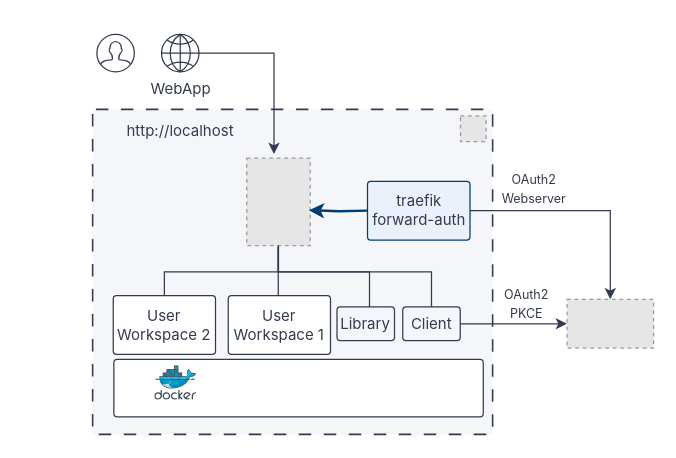
This is page "Developer docker setup" (8 of 26) of docs/assets/diagrams/dtaas-diagrams.drawio from INTO-CPS-Association/DTaaS, a draw.io file, before an edit. Source tidied: cells renumbered, new cells numbered last; positions are measured from the earlier drawing's top-left corner, leaving out a move shared by most shapes. Both pictures are drawn from the tidied source at 125%, with x=0, y=0 at pixel (90, 21). Pictures stored in the file or linked from it are replaced by grey dashed boxes.
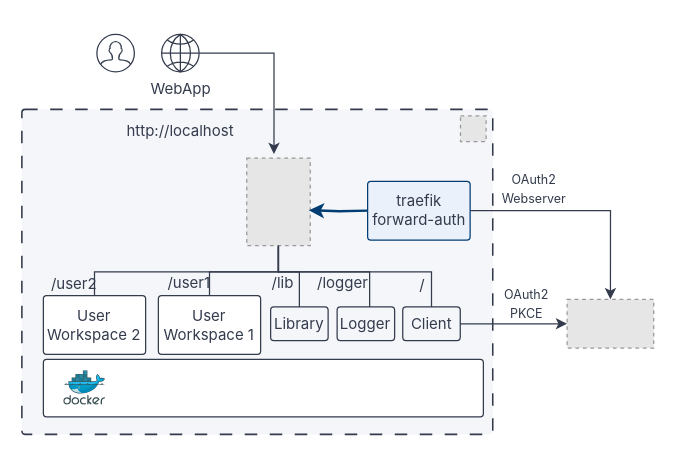
After the change.

Change to the diagram source:
```diff
@@
-    <mxCell id="2" style="group;" parent="1" vertex="1">
-      <mxGeometry x="-0.1" width="450.6" height="330" as="geometry" />
-    </mxCell>
+    <mxCell id="27" style="group;" parent="1" vertex="1">
+      <mxGeometry x="-55" y="10" width="505.5" height="320" as="geometry" />
+    </mxCell>
+    <mxCell id="25" style="html=1;verticalLabelPosition=bottom;align=center;labelBackgroundColor=#ffffff;verticalAlign=top;strokeWidth=1;strokeColor=#333b4c;shadow=0;dashed=0;shape=mxgraph.ios7.icons.user;" parent="27" vertex="1">
+      <mxGeometry x="60" width="30" height="30" as="geometry" />
+    </mxCell>
-    <mxCell id="3" style="rounded=1;whiteSpace=wrap;html=1;rotation=0;fillColor=#f5f6fa;dashed=1;dashPattern=8 8;fontColor=#333b4c;strokeColor=#333b4c;strokeWidth=1.25;absoluteArcSize=1;arcSize=5.25;" parent="2" vertex="1">
-      <mxGeometry x="1.7" y="70" width="320" height="260" as="geometry" />
+    <mxCell id="3" style="rounded=1;whiteSpace=wrap;html=1;rotation=0;fillColor=#f5f6fa;dashed=1;dashPattern=8 8;fontColor=#333b4c;strokeColor=#333b4c;strokeWidth=1.25;absoluteArcSize=1;arcSize=5.25;" parent="27" vertex="1">
+      <mxGeometry y="60" width="376.7" height="260" as="geometry" />
     </mxCell>
-    <mxCell id="4" style="rounded=1;whiteSpace=wrap;html=1;rotation=0;strokeColor=#333b4c;strokeWidth=1;absoluteArcSize=1;arcSize=5.25;" parent="2" vertex="1">
-      <mxGeometry x="18.7" y="270" width="295.5" height="46" as="geometry" />
+    <mxCell id="4" style="rounded=1;whiteSpace=wrap;html=1;rotation=0;strokeColor=#333b4c;strokeWidth=1;absoluteArcSize=1;arcSize=5.25;" parent="27" vertex="1">
+      <mxGeometry x="17.2" y="260" width="352" height="46" as="geometry" />
     </mxCell>
-    <mxCell id="5" style="image;sketch=0;html=1;align=center;fontSize=12;image=img/lib/mscae/Docker.svg;" parent="2" vertex="1">
-      <mxGeometry x="51.5" y="275.2" width="33.5" height="27.5" as="geometry" />
+    <mxCell id="5" style="image;sketch=0;html=1;align=center;fontSize=12;image=img/lib/mscae/Docker.svg;" parent="27" vertex="1">
+      <mxGeometry x="33.6" y="269.2" width="33.5" height="27.5" as="geometry" />
     </mxCell>
-    <mxCell id="6" style="fillColor=#E6E6E6;strokeColor=#999999;dashed=1;" parent="2" vertex="1">
-      <mxGeometry x="125" y="109" width="50.8" height="70" as="geometry" />
+    <mxCell id="6" style="fillColor=#E6E6E6;strokeColor=#999999;dashed=1;" parent="27" vertex="1">
+      <mxGeometry x="179.9" y="99" width="50.8" height="70" as="geometry" />
     </mxCell>
-    <mxCell id="7" style="edgeStyle=orthogonalEdgeStyle;rounded=0;jettySize=auto;html=1;entryX=0.429;entryY=-0.047;entryDx=0;entryDy=0;entryPerimeter=0;strokeColor=#333b4c;strokeWidth=1;" parent="2" edge="1" source="8" target="6">
+    <mxCell id="7" style="edgeStyle=orthogonalEdgeStyle;rounded=0;jettySize=auto;html=1;entryX=0.429;entryY=-0.047;entryDx=0;entryDy=0;entryPerimeter=0;strokeColor=#333b4c;strokeWidth=1;" parent="27" edge="1" source="8" target="6">
       <mxGeometry relative="1" as="geometry" />
     </mxCell>
-    <mxCell id="8" value="WebApp" style="html=1;shape=mxgraph.ios7.icons.globe;verticalLabelPosition=bottom;verticalAlign=top;align=center;dashed=0;shadow=0;strokeColor=#333b4c;strokeWidth=1;fontColor=#333b4c;fontFamily=Inter;" parent="2" vertex="1">
-      <mxGeometry x="56.8" y="10" width="30" height="30" as="geometry" />
+    <mxCell id="8" value="WebApp" style="html=1;shape=mxgraph.ios7.icons.globe;verticalLabelPosition=bottom;verticalAlign=top;align=center;dashed=0;shadow=0;strokeColor=#333b4c;strokeWidth=1;fontColor=#333b4c;fontFamily=Inter;" parent="27" vertex="1">
+      <mxGeometry x="111.8" width="30" height="30" as="geometry" />
     </mxCell>
-    <mxCell id="9" value="http://localhost" style="text;html=1;strokeColor=none;fillColor=none;align=center;verticalAlign=middle;whiteSpace=wrap;rounded=0;fontColor=#333b4c;fontFamily=Inter;" parent="2" vertex="1">
-      <mxGeometry x="12.2" y="73" width="120" height="30" as="geometry" />
+    <mxCell id="9" value="http://localhost" style="text;html=1;strokeColor=none;fillColor=none;align=center;verticalAlign=middle;whiteSpace=wrap;rounded=0;fontColor=#333b4c;fontFamily=Inter;" parent="27" vertex="1">
+      <mxGeometry x="67.2" y="63" width="120" height="30" as="geometry" />
     </mxCell>
-    <mxCell id="10" style="fillColor=#E6E6E6;strokeColor=#999999;dashed=1;" parent="2" vertex="1">
-      <mxGeometry x="381.2" y="222" width="69.3" height="39" as="geometry" />
+    <mxCell id="10" style="fillColor=#E6E6E6;strokeColor=#999999;dashed=1;" parent="27" vertex="1">
+      <mxGeometry x="436.2" y="212" width="69.3" height="39" as="geometry" />
     </mxCell>
-    <mxCell id="11" style="edgeStyle=orthogonalEdgeStyle;rounded=0;jettySize=auto;html=1;exitX=1;exitY=0.5;exitDx=0;exitDy=0;strokeColor=#333b4c;strokeWidth=1;" parent="2" edge="1" source="14" target="10">
+    <mxCell id="11" style="edgeStyle=orthogonalEdgeStyle;rounded=0;jettySize=auto;html=1;exitX=1;exitY=0.5;exitDx=0;exitDy=0;strokeColor=#333b4c;strokeWidth=1;" parent="27" edge="1" source="14" target="10">
       <mxGeometry relative="1" as="geometry" />
     </mxCell>
-    <mxCell id="12" value="&lt;font style=&quot;font-size: 10px;&quot;&gt;OAuth2 PKCE&lt;/font&gt;" style="text;html=1;strokeColor=none;fillColor=none;align=center;verticalAlign=middle;whiteSpace=wrap;rounded=0;fontColor=#333b4c;fontFamily=Inter;" parent="2" vertex="1">
-      <mxGeometry x="322.8" y="210" width="52.2" height="30" as="geometry" />
+    <mxCell id="12" value="&lt;font style=&quot;font-size: 10px;&quot;&gt;OAuth2 PKCE&lt;/font&gt;" style="text;html=1;strokeColor=none;fillColor=none;align=center;verticalAlign=middle;whiteSpace=wrap;rounded=0;fontColor=#333b4c;fontFamily=Inter;" parent="27" vertex="1">
+      <mxGeometry x="377.7" y="200" width="52.2" height="30" as="geometry" />
     </mxCell>
-    <mxCell id="13" style="edgeStyle=orthogonalEdgeStyle;rounded=0;jettySize=auto;html=1;exitX=0.5;exitY=0;exitDx=0;exitDy=0;endArrow=none;endFill=0;entryX=0.5;entryY=1;entryDx=0;entryDy=0;strokeColor=#333b4c;strokeWidth=1;" parent="2" edge="1" source="14" target="6">
+    <mxCell id="13" style="edgeStyle=orthogonalEdgeStyle;rounded=0;jettySize=auto;html=1;exitX=0.5;exitY=0;exitDx=0;exitDy=0;endArrow=none;endFill=0;entryX=0.5;entryY=1;entryDx=0;entryDy=0;strokeColor=#333b4c;strokeWidth=1;" parent="27" edge="1" source="14" target="6">
       <mxGeometry relative="1" as="geometry">
         <Array as="points">
-          <mxPoint x="272.7" y="200" />
-          <mxPoint x="150.7" y="200" />
+          <mxPoint x="327.7" y="190" />
+          <mxPoint x="205.7" y="190" />
         </Array>
       </mxGeometry>
     </mxCell>
-    <mxCell id="14" value="Client" style="rounded=1;whiteSpace=wrap;html=1;rotation=0;fillColor=none;strokeColor=#333b4c;strokeWidth=1;absoluteArcSize=1;arcSize=5.25;fontColor=#333b4c;fontFamily=Inter;" parent="2" vertex="1">
-      <mxGeometry x="249.8" y="228" width="46" height="27" as="geometry" />
+    <mxCell id="14" value="Client" style="rounded=1;whiteSpace=wrap;html=1;rotation=0;fillColor=none;strokeColor=#333b4c;strokeWidth=1;absoluteArcSize=1;arcSize=5.25;fontColor=#333b4c;fontFamily=Inter;" parent="27" vertex="1">
+      <mxGeometry x="304.7" y="218" width="46" height="27" as="geometry" />
     </mxCell>
-    <mxCell id="15" style="edgeStyle=orthogonalEdgeStyle;rounded=0;orthogonalLoop=1;jettySize=auto;html=1;exitX=0.5;exitY=0;exitDx=0;exitDy=0;endArrow=none;endFill=0;strokeColor=#333b4c;strokeWidth=1;" parent="2" edge="1">
+    <mxCell id="15" style="edgeStyle=orthogonalEdgeStyle;rounded=0;jettySize=auto;html=1;exitX=0.5;exitY=0;exitDx=0;exitDy=0;endArrow=none;endFill=0;strokeColor=#333b4c;strokeWidth=1;" parent="27" edge="1" source="16">
       <mxGeometry relative="1" as="geometry">
-        <mxPoint x="150.2" y="219" as="sourcePoint" />
-        <mxPoint x="150.2" y="180" as="targetPoint" />
+        <mxPoint x="205.2" y="170" as="targetPoint" />
+        <Array as="points">
+          <mxPoint x="150.1" y="190" />
+          <mxPoint x="205.2" y="190" />
+        </Array>
       </mxGeometry>
     </mxCell>
-    <mxCell id="16" value="User&lt;br&gt;Workspace 1" style="rounded=1;whiteSpace=wrap;html=1;strokeColor=#333b4c;strokeWidth=1;absoluteArcSize=1;arcSize=5.25;fontColor=#333b4c;fontFamily=Inter;" parent="2" vertex="1">
-      <mxGeometry x="110.2" y="219" width="81.8" height="47" as="geometry" />
+    <mxCell id="16" value="User&lt;br&gt;Workspace 1" style="rounded=1;whiteSpace=wrap;html=1;strokeColor=#333b4c;strokeWidth=1;absoluteArcSize=1;arcSize=5.25;fontColor=#333b4c;fontFamily=Inter;" parent="27" vertex="1">
+      <mxGeometry x="109.2" y="209" width="81.8" height="47" as="geometry" />
     </mxCell>
-    <mxCell id="17" style="edgeStyle=orthogonalEdgeStyle;rounded=0;jettySize=auto;html=1;exitX=0.5;exitY=0;exitDx=0;exitDy=0;endArrow=none;endFill=0;strokeColor=#333b4c;strokeWidth=1;" parent="2" edge="1" source="18" target="6">
+    <mxCell id="17" style="edgeStyle=orthogonalEdgeStyle;rounded=0;jettySize=auto;html=1;exitX=0.5;exitY=0;exitDx=0;exitDy=0;endArrow=none;endFill=0;strokeColor=#333b4c;strokeWidth=1;" parent="27" edge="1" source="18" target="6">
       <mxGeometry relative="1" as="geometry">
         <Array as="points">
-          <mxPoint x="59.2" y="200" />
-          <mxPoint x="150.2" y="200" />
+          <mxPoint x="58.1" y="190" />
+          <mxPoint x="205.2" y="190" />
         </Array>
       </mxGeometry>
     </mxCell>
-    <mxCell id="18" value="User&lt;br&gt;Workspace 2" style="rounded=1;whiteSpace=wrap;html=1;strokeColor=#333b4c;strokeWidth=1;absoluteArcSize=1;arcSize=5.25;fontColor=#333b4c;fontFamily=Inter;" parent="2" vertex="1">
-      <mxGeometry x="18.2" y="219" width="81.8" height="47" as="geometry" />
+    <mxCell id="18" value="User&lt;br&gt;Workspace 2" style="rounded=1;whiteSpace=wrap;html=1;strokeColor=#333b4c;strokeWidth=1;absoluteArcSize=1;arcSize=5.25;fontColor=#333b4c;fontFamily=Inter;" parent="27" vertex="1">
+      <mxGeometry x="17.2" y="209" width="81.8" height="47" as="geometry" />
     </mxCell>
-    <mxCell id="19" style="edgeStyle=orthogonalEdgeStyle;rounded=0;jettySize=auto;html=1;exitX=1;exitY=0.5;exitDx=0;exitDy=0;entryX=0.5;entryY=0;entryDx=0;entryDy=0;strokeColor=#333b4c;strokeWidth=1;" parent="2" edge="1" source="20" target="10">
+    <mxCell id="19" style="edgeStyle=orthogonalEdgeStyle;rounded=0;jettySize=auto;html=1;exitX=1;exitY=0.5;exitDx=0;exitDy=0;entryX=0.5;entryY=0;entryDx=0;entryDy=0;strokeColor=#333b4c;strokeWidth=1;" parent="27" edge="1" source="20" target="10">
       <mxGeometry relative="1" as="geometry" />
     </mxCell>
-    <mxCell id="20" value="traefik forward-auth" style="rounded=1;whiteSpace=wrap;html=1;fillColor=#eaf1fb;strokeColor=#003d73;strokeWidth=1;absoluteArcSize=1;arcSize=5.25;fontColor=#333b4c;fontFamily=Inter;" parent="2" vertex="1">
-      <mxGeometry x="221.6" y="127.5" width="82" height="47" as="geometry" />
+    <mxCell id="20" value="traefik forward-auth" style="rounded=1;whiteSpace=wrap;html=1;fillColor=#eaf1fb;strokeColor=#003d73;strokeWidth=1;absoluteArcSize=1;arcSize=5.25;fontColor=#333b4c;fontFamily=Inter;" parent="27" vertex="1">
+      <mxGeometry x="276.6" y="117.5" width="82" height="47" as="geometry" />
     </mxCell>
-    <mxCell id="21" value="&lt;font style=&quot;font-size: 10px;&quot;&gt;OAuth2 Webserver&lt;/font&gt;" style="text;html=1;strokeColor=none;fillColor=none;align=center;verticalAlign=middle;whiteSpace=wrap;rounded=0;fontColor=#333b4c;fontFamily=Inter;" parent="2" vertex="1">
-      <mxGeometry x="324.5" y="117.5" width="61.5" height="30" as="geometry" />
+    <mxCell id="21" value="&lt;font style=&quot;font-size: 10px;&quot;&gt;OAuth2 Webserver&lt;/font&gt;" style="text;html=1;strokeColor=none;fillColor=none;align=center;verticalAlign=middle;whiteSpace=wrap;rounded=0;fontColor=#333b4c;fontFamily=Inter;" parent="27" vertex="1">
+      <mxGeometry x="379.4" y="107.5" width="61.5" height="30" as="geometry" />
     </mxCell>
-    <mxCell id="22" style="edgeStyle=orthogonalEdgeStyle;rounded=0;jettySize=auto;html=1;exitX=0;exitY=0.5;exitDx=0;exitDy=0;entryX=0.978;entryY=0.595;entryDx=0;entryDy=0;entryPerimeter=0;strokeWidth=2;strokeColor=#003d73;" parent="2" edge="1" target="6">
+    <mxCell id="22" style="edgeStyle=orthogonalEdgeStyle;rounded=0;jettySize=auto;html=1;exitX=0;exitY=0.5;exitDx=0;exitDy=0;entryX=0.978;entryY=0.595;entryDx=0;entryDy=0;entryPerimeter=0;strokeWidth=2;strokeColor=#003d73;" parent="27" edge="1" target="6">
       <mxGeometry relative="1" as="geometry">
-        <mxPoint x="221.8" y="151" as="sourcePoint" />
+        <mxPoint x="276.7" y="141" as="sourcePoint" />
       </mxGeometry>
     </mxCell>
-    <mxCell id="23" value="Library" style="rounded=1;whiteSpace=wrap;html=1;rotation=0;fillColor=none;strokeColor=#333b4c;strokeWidth=1;absoluteArcSize=1;arcSize=5.25;fontColor=#333b4c;fontFamily=Inter;" parent="2" vertex="1">
-      <mxGeometry x="197.2" y="228" width="46" height="27" as="geometry" />
+    <mxCell id="23" value="Logger" style="rounded=1;whiteSpace=wrap;html=1;rotation=0;fillColor=none;strokeColor=#333b4c;strokeWidth=1;absoluteArcSize=1;arcSize=5.25;fontColor=#333b4c;fontFamily=Inter;" parent="27" vertex="1">
+      <mxGeometry x="252.2" y="218" width="46" height="27" as="geometry" />
     </mxCell>
-    <mxCell id="24" style="edgeStyle=orthogonalEdgeStyle;rounded=0;orthogonalLoop=1;jettySize=auto;html=1;endArrow=none;endFill=0;entryX=0.5;entryY=1;entryDx=0;entryDy=0;strokeColor=#333b4c;strokeWidth=1;" parent="2" edge="1">
+    <mxCell id="24" style="edgeStyle=orthogonalEdgeStyle;rounded=0;orthogonalLoop=1;jettySize=auto;html=1;endArrow=none;endFill=0;entryX=0.5;entryY=1;entryDx=0;entryDy=0;strokeColor=#333b4c;strokeWidth=1;" parent="27" edge="1">
       <mxGeometry relative="1" as="geometry">
-        <mxPoint x="223.2" y="228" as="sourcePoint" />
-        <mxPoint x="150.3" y="179" as="targetPoint" />
+        <mxPoint x="278.2" y="218" as="sourcePoint" />
+        <mxPoint x="205.2" y="169" as="targetPoint" />
         <Array as="points">
-          <mxPoint x="222.7" y="200" />
-          <mxPoint x="150.7" y="200" />
+          <mxPoint x="277.7" y="190" />
+          <mxPoint x="205.7" y="190" />
         </Array>
       </mxGeometry>
     </mxCell>
-    <mxCell id="25" style="html=1;verticalLabelPosition=bottom;align=center;labelBackgroundColor=#ffffff;verticalAlign=top;strokeWidth=1;strokeColor=#333b4c;shadow=0;dashed=0;shape=mxgraph.ios7.icons.user;" parent="1" vertex="1">
-      <mxGeometry x="5" y="10" width="30" height="30" as="geometry" />
-    </mxCell>
-    <mxCell id="26" style="fillColor=#E6E6E6;strokeColor=#999999;dashed=1;" parent="2" vertex="1">
-      <mxGeometry x="296" y="75.2" width="20.5" height="20.5" as="geometry" />
+    <mxCell id="26" style="fillColor=#E6E6E6;strokeColor=#999999;dashed=1;" parent="27" vertex="1">
+      <mxGeometry x="350.9" y="65.2" width="20.5" height="20.5" as="geometry" />
     </mxCell>
+    <mxCell id="28" value="Library" style="rounded=1;whiteSpace=wrap;html=1;rotation=0;fillColor=none;strokeColor=#333b4c;strokeWidth=1;absoluteArcSize=1;arcSize=5.25;fontColor=#333b4c;fontFamily=Inter;" parent="27" vertex="1">
+      <mxGeometry x="199" y="218" width="46" height="27" as="geometry" />
+    </mxCell>
+    <mxCell id="29" style="edgeStyle=orthogonalEdgeStyle;rounded=0;jettySize=auto;html=1;exitX=0.5;exitY=0;exitDx=0;exitDy=0;endArrow=none;endFill=0;strokeColor=#333b4c;strokeWidth=1;entryX=0.5;entryY=1;entryDx=0;entryDy=0;" parent="27" edge="1" source="28" target="6">
+      <mxGeometry relative="1" as="geometry">
+        <Array as="points">
+          <mxPoint x="222" y="190" />
+          <mxPoint x="205.3" y="190" />
+        </Array>
+      </mxGeometry>
+    </mxCell>
+    <mxCell id="30" value="/lib" style="text;html=1;strokeColor=none;fillColor=none;align=center;verticalAlign=middle;whiteSpace=wrap;rounded=0;fontColor=#333b4c;fontFamily=Inter;fontSize=12;" parent="27" vertex="1">
+      <mxGeometry x="184" y="184" width="50" height="30" as="geometry" />
+    </mxCell>
+    <mxCell id="31" value="/user1" style="text;html=1;strokeColor=none;fillColor=none;align=center;verticalAlign=middle;whiteSpace=wrap;rounded=0;fontColor=#333b4c;fontFamily=Inter;fontSize=12;" parent="27" vertex="1">
+      <mxGeometry x="109.2" y="184" width="50" height="30" as="geometry" />
+    </mxCell>
+    <mxCell id="32" value="/user2" style="text;html=1;strokeColor=none;fillColor=none;align=center;verticalAlign=middle;whiteSpace=wrap;rounded=0;fontColor=#333b4c;fontFamily=Inter;fontSize=12;" parent="27" vertex="1">
+      <mxGeometry x="17.2" y="185" width="50" height="30" as="geometry" />
+    </mxCell>
+    <mxCell id="33" value="/" style="text;html=1;strokeColor=none;fillColor=none;align=center;verticalAlign=middle;whiteSpace=wrap;rounded=0;fontColor=#333b4c;fontFamily=Inter;fontSize=12;" parent="27" vertex="1">
+      <mxGeometry x="314.2" y="186" width="13" height="30" as="geometry" />
+    </mxCell>
+    <mxCell id="34" value="/logger" style="text;html=1;strokeColor=none;fillColor=none;align=center;verticalAlign=middle;whiteSpace=wrap;rounded=0;fontColor=#333b4c;fontFamily=Inter;fontSize=12;" parent="27" vertex="1">
+      <mxGeometry x="232" y="184" width="50" height="30" as="geometry" />
+    </mxCell>
```
